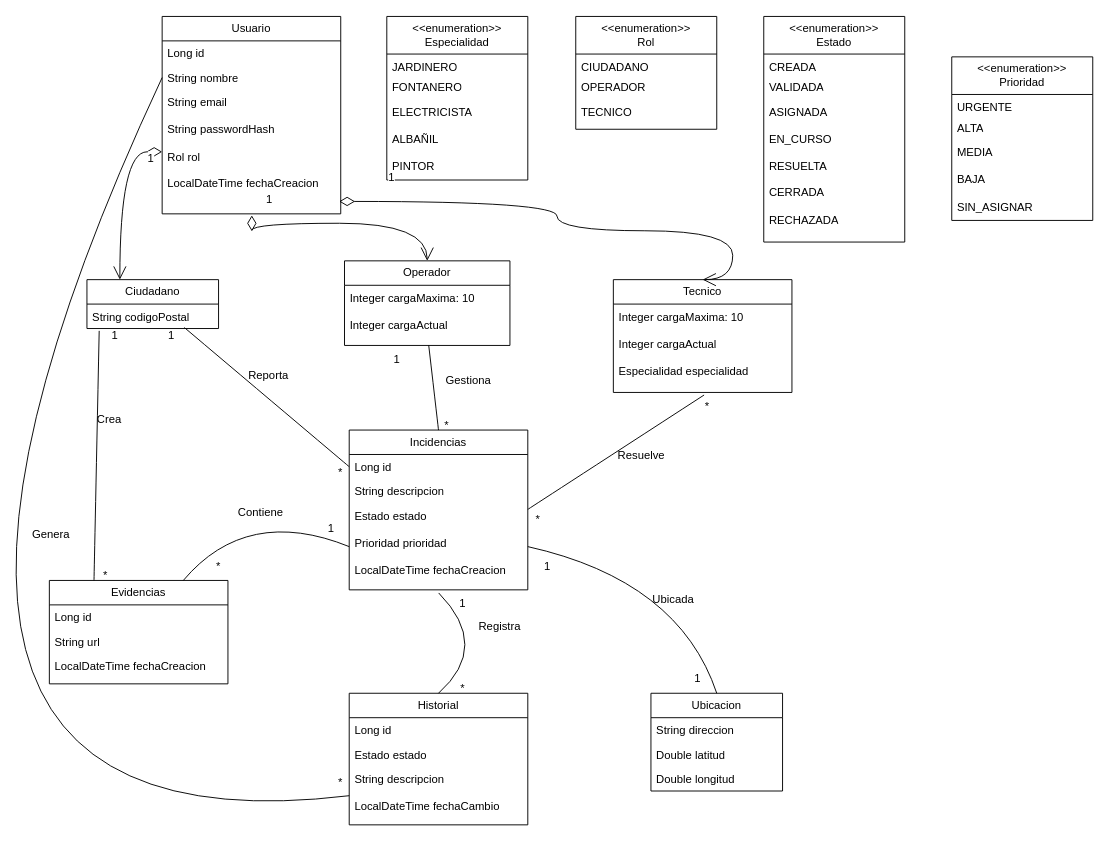
javimoralesg/UrbanDesk keeps this draw.io diagram as Diagrams/DiagramaDeDominio.drawio. Above is the earlier version. Source tidied: cells renumbered, new cells numbered last; positions are measured from the earlier drawing's top-left corner, leaving out a move shared by most shapes. Both pictures are drawn from the tidied source at 94%, with x=0, y=0 at pixel (-205, 16).
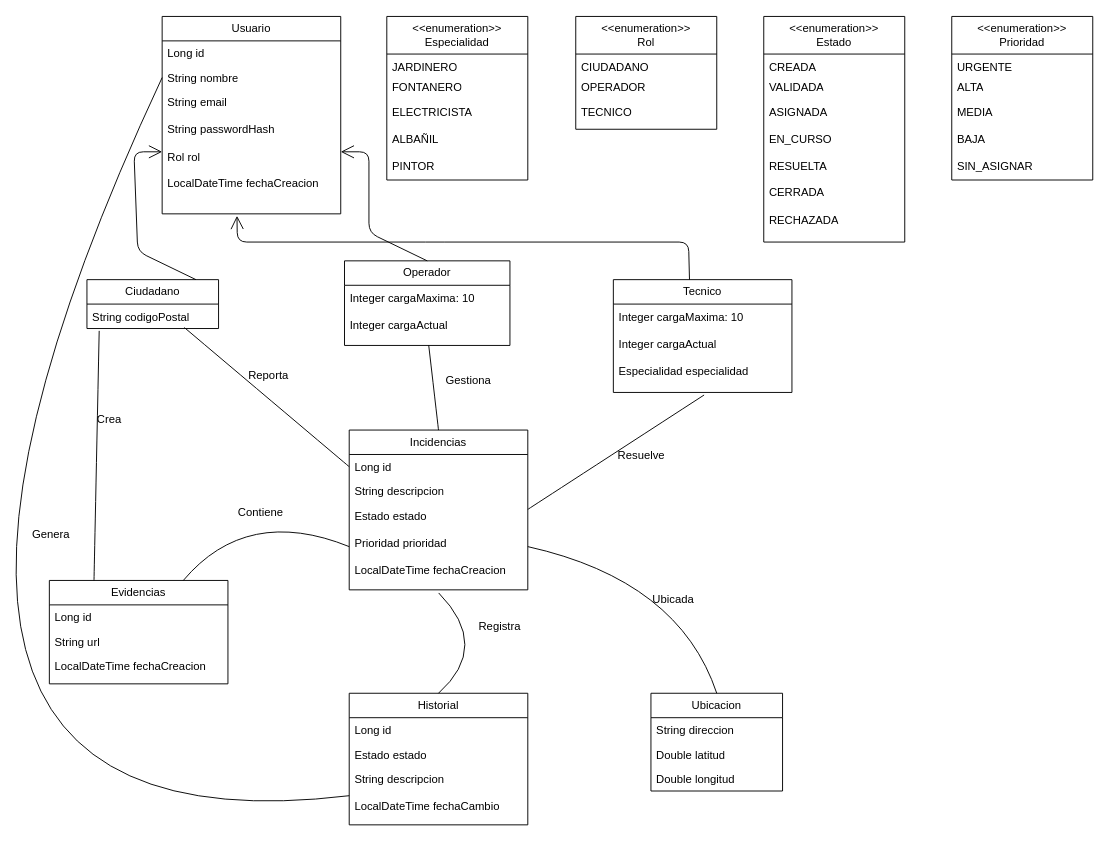
The same page after the edit.

The change refers to these unchanged cells:
```xml
<mxCell id="18" value="Ciudadano" style="swimlane;fontStyle=0;horizontal=1;startSize=26;fillColor=none;whiteSpace=wrap;html=1;" parent="1" vertex="1">
  <mxGeometry x="310" y="280" width="140" height="52" as="geometry" />
</mxCell>
<mxCell id="20" value="Operador" style="swimlane;fontStyle=0;horizontal=1;startSize=26;fillColor=none;whiteSpace=wrap;html=1;" parent="1" vertex="1">
  <mxGeometry x="584" y="260" width="176" height="90" as="geometry" />
</mxCell>
<mxCell id="22" value="Tecnico" style="swimlane;fontStyle=0;horizontal=1;startSize=26;fillColor=none;whiteSpace=wrap;html=1;" parent="1" vertex="1">
  <mxGeometry x="870" y="280" width="190" height="120" as="geometry" />
</mxCell>
<mxCell id="27" value="&lt;div&gt;String email&lt;/div&gt;&lt;div&gt;&lt;br&gt;&lt;/div&gt;&lt;div&gt;String passwordHash&lt;/div&gt;&lt;div&gt;&lt;br&gt;&lt;/div&gt;&lt;div&gt;Rol rol&lt;/div&gt;&lt;div&gt;&lt;br&gt;&lt;/div&gt;&lt;div&gt;LocalDateTime fechaCreacion&lt;/div&gt;" style="text;strokeColor=none;fillColor=none;align=left;verticalAlign=top;spacingLeft=4;spacingRight=4;overflow=hidden;points=[[0,0.5],[1,0.5]];portConstraint=eastwest;whiteSpace=wrap;html=1;" parent="24" vertex="1">
  <mxGeometry y="78" width="190" height="132" as="geometry" />
</mxCell>
```

The edit, as a diff of the source:
```diff
@@
     <mxCell id="40" value="&lt;div&gt;&amp;lt;&amp;lt;enumeration&amp;gt;&amp;gt;&lt;/div&gt;&lt;div&gt;Prioridad&lt;/div&gt;" style="swimlane;fontStyle=0;horizontal=1;startSize=40;fillColor=none;whiteSpace=wrap;html=1;" parent="1" vertex="1">
-      <mxGeometry x="1230" y="43" width="150" height="174" as="geometry" />
+      <mxGeometry x="1230" width="150" height="174" as="geometry" />
     </mxCell>
@@
-    <mxCell id="45" value="*" style="text;html=1;whiteSpace=wrap;strokeColor=none;fillColor=none;align=center;verticalAlign=middle;rounded=0;" parent="1" vertex="1">
-      <mxGeometry x="940" y="400" width="60" height="30" as="geometry" />
-    </mxCell>
-    <mxCell id="46" value="*" style="text;html=1;whiteSpace=wrap;strokeColor=none;fillColor=none;align=center;verticalAlign=middle;rounded=0;" parent="1" vertex="1">
-      <mxGeometry x="760" y="520" width="60" height="30" as="geometry" />
-    </mxCell>
@@
-    <mxCell id="48" value="*" style="text;html=1;whiteSpace=wrap;strokeColor=none;fillColor=none;align=center;verticalAlign=middle;rounded=0;" parent="1" vertex="1">
-      <mxGeometry x="663" y="420" width="60" height="30" as="geometry" />
-    </mxCell>
-    <mxCell id="49" value="1" style="text;html=1;whiteSpace=wrap;strokeColor=none;fillColor=none;align=center;verticalAlign=middle;rounded=0;" parent="1" vertex="1">
-      <mxGeometry x="610" y="350" width="60" height="30" as="geometry" />
-    </mxCell>
@@
-    <mxCell id="51" value="1" style="text;html=1;whiteSpace=wrap;strokeColor=none;fillColor=none;align=center;verticalAlign=middle;rounded=0;" parent="1" vertex="1">
-      <mxGeometry x="370" y="325" width="60" height="30" as="geometry" />
-    </mxCell>
@@
-    <mxCell id="53" value="1" style="text;html=1;whiteSpace=wrap;strokeColor=none;fillColor=none;align=center;verticalAlign=middle;rounded=0;" parent="1" vertex="1">
-      <mxGeometry x="310" y="325" width="60" height="30" as="geometry" />
-    </mxCell>
-    <mxCell id="54" value="*" style="text;html=1;whiteSpace=wrap;strokeColor=none;fillColor=none;align=center;verticalAlign=middle;rounded=0;" parent="1" vertex="1">
-      <mxGeometry x="300" y="580" width="60" height="30" as="geometry" />
-    </mxCell>
-    <mxCell id="55" value="1" style="endArrow=open;html=1;endSize=12;startArrow=diamondThin;startSize=14;startFill=0;edgeStyle=orthogonalEdgeStyle;align=left;verticalAlign=bottom;rounded=0;fontSize=12;curved=1;exitX=0;exitY=0.5;exitDx=0;exitDy=0;entryX=0.25;entryY=0;entryDx=0;entryDy=0;" parent="1" edge="1" source="27" target="18">
-      <mxGeometry x="-0.81" y="16" relative="1" as="geometry" />
-    </mxCell>
-    <mxCell id="56" value="1" style="endArrow=open;html=1;endSize=12;startArrow=diamondThin;startSize=14;startFill=0;edgeStyle=orthogonalEdgeStyle;align=left;verticalAlign=bottom;rounded=0;fontSize=12;curved=1;exitX=0.502;exitY=1.012;exitDx=0;exitDy=0;entryX=0.5;entryY=0;entryDx=0;entryDy=0;exitPerimeter=0;" parent="1" edge="1" source="27" target="20">
-      <mxGeometry x="-0.81" y="16" relative="1" as="geometry">
-        <Array as="points">
-          <mxPoint x="485" y="220" />
-          <mxPoint x="672" y="220" />
-        </Array>
-      </mxGeometry>
-    </mxCell>
-    <mxCell id="57" value="1" style="endArrow=open;html=1;endSize=12;startArrow=diamondThin;startSize=14;startFill=0;edgeStyle=orthogonalEdgeStyle;align=left;verticalAlign=bottom;rounded=0;fontSize=12;curved=1;exitX=0.991;exitY=0.9;exitDx=0;exitDy=0;entryX=0.5;entryY=0;entryDx=0;entryDy=0;exitPerimeter=0;" parent="1" edge="1" source="27" target="22">
-      <mxGeometry x="-0.81" y="16" relative="1" as="geometry">
-        <Array as="points">
-          <mxPoint x="810" y="197" />
-          <mxPoint x="810" y="228" />
-          <mxPoint x="997" y="228" />
-          <mxPoint x="997" y="280" />
-        </Array>
-      </mxGeometry>
-    </mxCell>
@@
-    <mxCell id="59" value="*" style="text;html=1;whiteSpace=wrap;strokeColor=none;fillColor=none;align=center;verticalAlign=middle;rounded=0;" parent="1" vertex="1">
-      <mxGeometry x="550" y="470" width="60" height="30" as="geometry" />
-    </mxCell>
-    <mxCell id="60" value="*" style="text;html=1;whiteSpace=wrap;strokeColor=none;fillColor=none;align=center;verticalAlign=middle;rounded=0;" parent="1" vertex="1">
-      <mxGeometry x="550" y="800" width="60" height="30" as="geometry" />
-    </mxCell>
@@
-    <mxCell id="62" value="*" style="text;html=1;whiteSpace=wrap;strokeColor=none;fillColor=none;align=center;verticalAlign=middle;rounded=0;" parent="1" vertex="1">
-      <mxGeometry x="420" y="570" width="60" height="30" as="geometry" />
-    </mxCell>
-    <mxCell id="63" value="1" style="text;html=1;whiteSpace=wrap;strokeColor=none;fillColor=none;align=center;verticalAlign=middle;rounded=0;" parent="1" vertex="1">
-      <mxGeometry x="540" y="530" width="60" height="30" as="geometry" />
-    </mxCell>
@@
-    <mxCell id="65" value="1" style="text;html=1;whiteSpace=wrap;strokeColor=none;fillColor=none;align=center;verticalAlign=middle;rounded=0;" parent="1" vertex="1">
-      <mxGeometry x="680" y="610" width="60" height="30" as="geometry" />
-    </mxCell>
-    <mxCell id="66" value="*" style="text;html=1;whiteSpace=wrap;strokeColor=none;fillColor=none;align=center;verticalAlign=middle;rounded=0;" parent="1" vertex="1">
-      <mxGeometry x="680" y="700" width="60" height="30" as="geometry" />
-    </mxCell>
@@
-    <mxCell id="68" value="1" style="text;html=1;whiteSpace=wrap;strokeColor=none;fillColor=none;align=center;verticalAlign=middle;rounded=0;" parent="1" vertex="1">
-      <mxGeometry x="770" y="570" width="60" height="30" as="geometry" />
-    </mxCell>
-    <mxCell id="69" value="1" style="text;html=1;whiteSpace=wrap;strokeColor=none;fillColor=none;align=center;verticalAlign=middle;rounded=0;" parent="1" vertex="1">
-      <mxGeometry x="930" y="690" width="60" height="30" as="geometry" />
-    </mxCell>
+    <mxCell id="70" style="endArrow=open;endFill=1;endSize=12;html=1;rounded=1;exitX=0.5;exitY=0;exitDx=0;exitDy=0;entryX=1;entryY=0.5;entryDx=0;entryDy=0;curved=0;" parent="1" edge="1" source="20" target="27">
+      <mxGeometry relative="1" as="geometry">
+        <Array as="points">
+          <mxPoint x="610" y="230" />
+          <mxPoint x="610" y="144" />
+        </Array>
+      </mxGeometry>
+    </mxCell>
+    <mxCell id="71" style="endArrow=open;endFill=1;endSize=12;html=1;rounded=1;exitX=0.5;exitY=0;exitDx=0;exitDy=0;entryX=0;entryY=0.5;entryDx=0;entryDy=0;curved=0;" parent="1" edge="1" target="27">
+      <mxGeometry relative="1" as="geometry">
+        <mxPoint x="426" y="280" as="sourcePoint" />
+        <Array as="points">
+          <mxPoint x="364" y="250" />
+          <mxPoint x="360" y="144" />
+        </Array>
+      </mxGeometry>
+    </mxCell>
+    <mxCell id="72" style="endArrow=open;endFill=1;endSize=12;html=1;rounded=1;exitX=0.5;exitY=0;exitDx=0;exitDy=0;entryX=0.419;entryY=1.016;entryDx=0;entryDy=0;curved=0;entryPerimeter=0;" parent="1" edge="1" target="27">
+      <mxGeometry relative="1" as="geometry">
+        <mxPoint x="951" y="280" as="sourcePoint" />
+        <Array as="points">
+          <mxPoint x="950" y="240" />
+          <mxPoint x="680" y="240" />
+          <mxPoint x="470" y="240" />
+        </Array>
+      </mxGeometry>
+    </mxCell>
```
